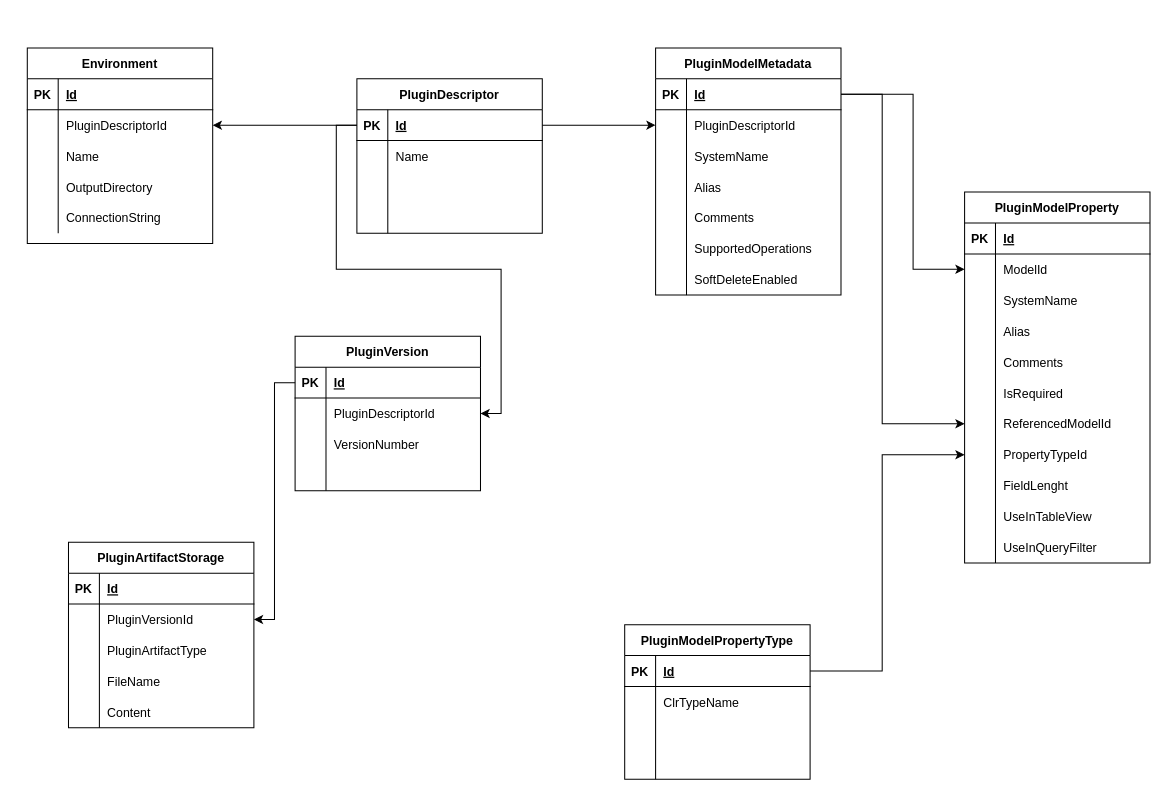
Earlier version of the draw.io diagram page "Result MetadataDB" (2 of 7) of ModelConstructor.drawio (aaf1974/ProjectDiagram). Source tidied: cells renumbered, new cells numbered last; positions are measured from the earlier drawing's top-left corner, leaving out a move shared by most shapes. Both pictures are drawn from the tidied source at 103%, with x=0, y=0 at pixel (27, 47).
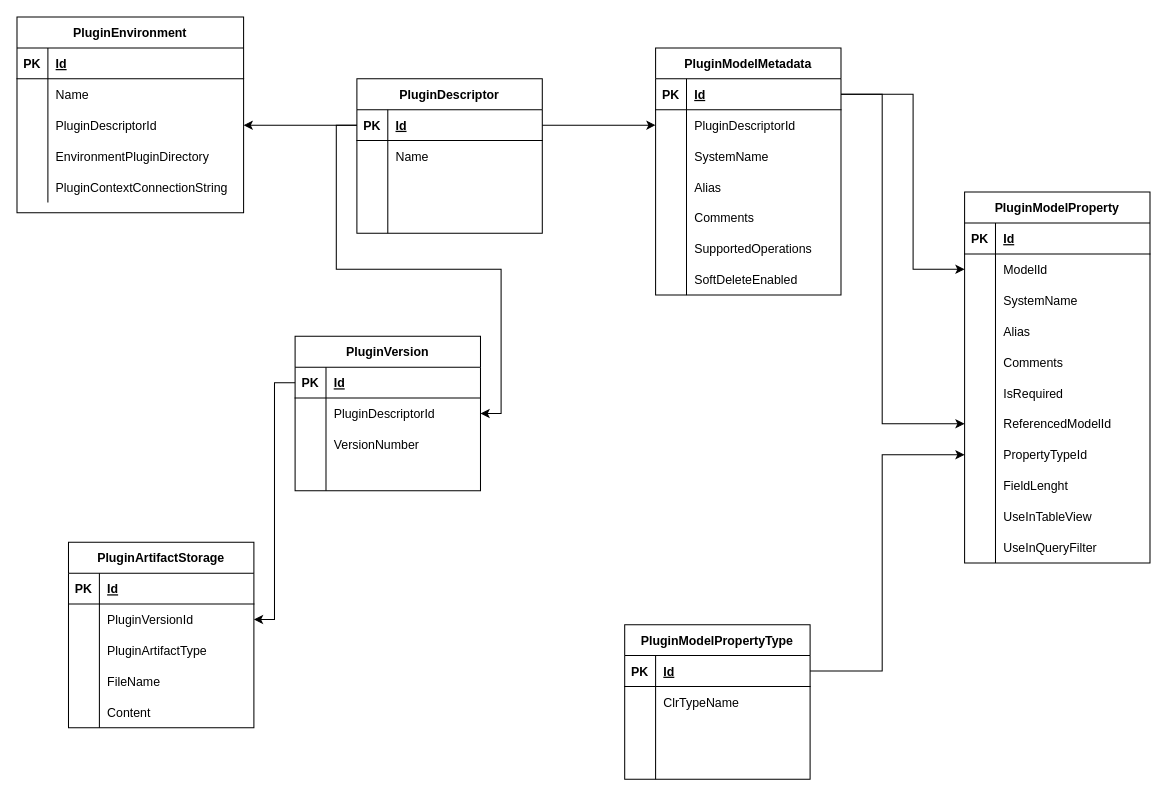
Above is the later version.

Diff of the diagram source:
```diff
@@
-    <mxCell id="15" value="Environment" style="shape=table;startSize=30;childLayout=tableLayout;rowLines=0;fontStyle=1;align=center;" parent="1" vertex="1">
-      <mxGeometry width="180" height="190" as="geometry" />
+    <mxCell id="15" value="PluginEnvironment" style="shape=table;startSize=30;childLayout=tableLayout;rowLines=0;fontStyle=1;align=center;" parent="1" vertex="1">
+      <mxGeometry x="-10" y="-30" width="220" height="190" as="geometry" />
     </mxCell>
     <mxCell id="16" style="shape=tableRow;horizontal=0;startSize=0;swimlaneHead=0;swimlaneBody=0;fillColor=none;top=0;left=0;right=0;bottom=1;" parent="15" vertex="1">
-      <mxGeometry y="30" width="180" height="30" as="geometry" />
+      <mxGeometry y="30" width="220" height="30" as="geometry" />
     </mxCell>
@@
     <mxCell id="18" value="Id" style="shape=partialRectangle;fillColor=none;top=0;left=0;bottom=0;right=0;align=left;spacingLeft=6;fontStyle=5;overflow=hidden;" parent="16" vertex="1">
-      <mxGeometry x="30" width="150" height="30" as="geometry" />
+      <mxGeometry x="30" width="190" height="30" as="geometry" />
     </mxCell>
+    <mxCell id="22" style="shape=tableRow;horizontal=0;startSize=0;swimlaneHead=0;swimlaneBody=0;fillColor=none;top=0;left=0;right=0;bottom=0;" parent="15" vertex="1">
+      <mxGeometry y="60" width="220" height="30" as="geometry" />
+    </mxCell>
+    <mxCell id="23" style="shape=partialRectangle;fillColor=none;top=0;left=0;bottom=0;right=0;overflow=hidden;" parent="22" vertex="1">
+      <mxGeometry width="30" height="30" as="geometry" />
+    </mxCell>
+    <mxCell id="24" value="Name" style="shape=partialRectangle;fillColor=none;top=0;left=0;bottom=0;right=0;align=left;spacingLeft=6;overflow=hidden;" parent="22" vertex="1">
+      <mxGeometry x="30" width="190" height="30" as="geometry" />
+    </mxCell>
     <mxCell id="19" style="shape=tableRow;horizontal=0;startSize=0;swimlaneHead=0;swimlaneBody=0;fillColor=none;points=[[0,0.5],[1,0.5]];portConstraint=eastwest;top=0;left=0;right=0;bottom=0;" parent="15" vertex="1">
-      <mxGeometry y="60" width="180" height="30" as="geometry" />
+      <mxGeometry y="90" width="220" height="30" as="geometry" />
     </mxCell>
@@
     <mxCell id="21" value="PluginDescriptorId" style="shape=partialRectangle;fillColor=none;top=0;left=0;bottom=0;right=0;align=left;spacingLeft=6;overflow=hidden;" parent="19" vertex="1">
-      <mxGeometry x="30" width="150" height="30" as="geometry" />
+      <mxGeometry x="30" width="190" height="30" as="geometry" />
     </mxCell>
-    <mxCell id="22" style="shape=tableRow;horizontal=0;startSize=0;swimlaneHead=0;swimlaneBody=0;fillColor=none;top=0;left=0;right=0;bottom=0;" parent="15" vertex="1">
-      <mxGeometry y="90" width="180" height="30" as="geometry" />
-    </mxCell>
-    <mxCell id="23" style="shape=partialRectangle;fillColor=none;top=0;left=0;bottom=0;right=0;overflow=hidden;" parent="22" vertex="1">
-      <mxGeometry width="30" height="30" as="geometry" />
-    </mxCell>
-    <mxCell id="24" value="Name" style="shape=partialRectangle;fillColor=none;top=0;left=0;bottom=0;right=0;align=left;spacingLeft=6;overflow=hidden;" parent="22" vertex="1">
-      <mxGeometry x="30" width="150" height="30" as="geometry" />
-    </mxCell>
     <mxCell id="25" style="shape=tableRow;horizontal=0;startSize=0;swimlaneHead=0;swimlaneBody=0;fillColor=none;top=0;left=0;right=0;bottom=0;" parent="15" vertex="1">
-      <mxGeometry y="120" width="180" height="30" as="geometry" />
+      <mxGeometry y="120" width="220" height="30" as="geometry" />
     </mxCell>
@@
-    <mxCell id="27" value="OutputDirectory" style="shape=partialRectangle;fillColor=none;top=0;left=0;bottom=0;right=0;align=left;spacingLeft=6;overflow=hidden;" parent="25" vertex="1">
-      <mxGeometry x="30" width="150" height="30" as="geometry" />
+    <mxCell id="27" value="EnvironmentPluginDirectory" style="shape=partialRectangle;fillColor=none;top=0;left=0;bottom=0;right=0;align=left;spacingLeft=6;overflow=hidden;" parent="25" vertex="1">
+      <mxGeometry x="30" width="190" height="30" as="geometry" />
     </mxCell>
     <mxCell id="28" style="shape=tableRow;horizontal=0;startSize=0;swimlaneHead=0;swimlaneBody=0;fillColor=none;top=0;left=0;right=0;bottom=0;" parent="15" vertex="1">
-      <mxGeometry y="150" width="180" height="30" as="geometry" />
+      <mxGeometry y="150" width="220" height="30" as="geometry" />
     </mxCell>
@@
-    <mxCell id="30" value="ConnectionString" style="shape=partialRectangle;fillColor=none;top=0;left=0;bottom=0;right=0;align=left;spacingLeft=6;overflow=hidden;" parent="28" vertex="1">
-      <mxGeometry x="30" width="150" height="30" as="geometry" />
+    <mxCell id="30" value="PluginContextConnectionString" style="shape=partialRectangle;fillColor=none;top=0;left=0;bottom=0;right=0;align=left;spacingLeft=6;overflow=hidden;" parent="28" vertex="1">
+      <mxGeometry x="30" width="190" height="30" as="geometry" />
     </mxCell>
```
